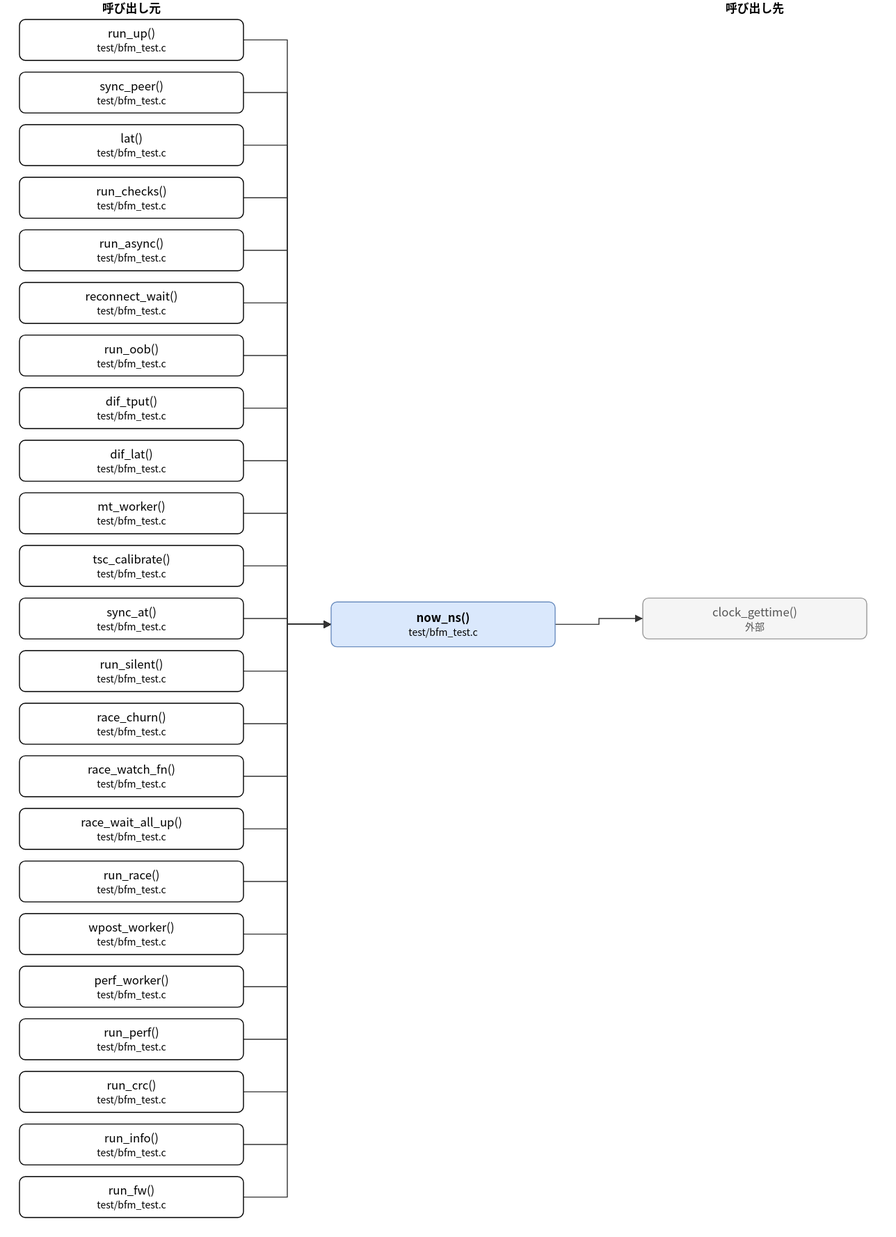
hf355051012-ai/bfmem keeps this draw.io diagram as doc/spec/images/call_test_bfm_test-now_ns.drawio.svg. Above is the earlier version. Source tidied: cells renumbered, new cells last; positions are measured from the earlier drawing's top-left corner, leaving out a move shared by most shapes.
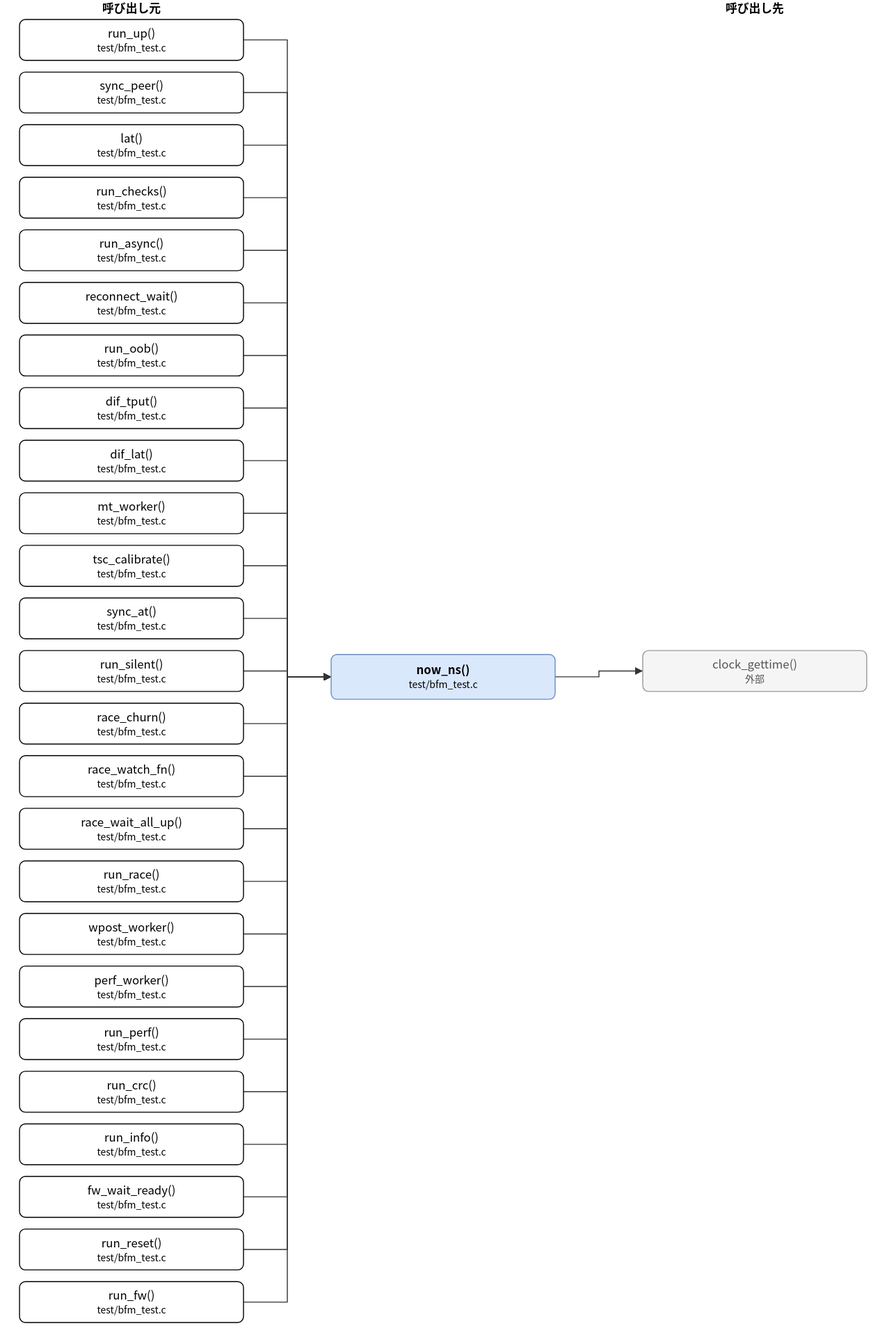
After the commit.

Change to the diagram source:
```diff
@@ -3,7 +3,7 @@
     <mxCell id="0" />
     <mxCell id="1" parent="0" />
     <mxCell id="2" value="now_ns()&lt;br&gt;&lt;font style=&quot;font-size:10px&quot;&gt;test/bfm_test.c&lt;/font&gt;" style="rounded=1;whiteSpace=wrap;html=1;fillColor=#dae8fc;strokeColor=#6c8ebf;fontStyle=1;" parent="1" vertex="1">
-      <mxGeometry x="320" y="618" width="230" height="46" as="geometry" />
+      <mxGeometry x="320" y="672" width="230" height="46" as="geometry" />
     </mxCell>
     <mxCell id="3" value="run_up()&lt;br&gt;&lt;font style=&quot;font-size:10px&quot;&gt;test/bfm_test.c&lt;/font&gt;" style="rounded=1;whiteSpace=wrap;html=1;" parent="1" vertex="1">
       <mxGeometry y="20" width="230" height="42" as="geometry" />
@@ -71,17 +71,23 @@
     <mxCell id="24" value="run_info()&lt;br&gt;&lt;font style=&quot;font-size:10px&quot;&gt;test/bfm_test.c&lt;/font&gt;" style="rounded=1;whiteSpace=wrap;html=1;" parent="1" vertex="1">
       <mxGeometry y="1154" width="230" height="42" as="geometry" />
     </mxCell>
-    <mxCell id="25" value="run_fw()&lt;br&gt;&lt;font style=&quot;font-size:10px&quot;&gt;test/bfm_test.c&lt;/font&gt;" style="rounded=1;whiteSpace=wrap;html=1;" parent="1" vertex="1">
+    <mxCell id="25" value="fw_wait_ready()&lt;br&gt;&lt;font style=&quot;font-size:10px&quot;&gt;test/bfm_test.c&lt;/font&gt;" style="rounded=1;whiteSpace=wrap;html=1;" parent="1" vertex="1">
       <mxGeometry y="1208" width="230" height="42" as="geometry" />
     </mxCell>
+    <mxCell id="53" value="run_reset()&lt;br&gt;&lt;font style=&quot;font-size:10px&quot;&gt;test/bfm_test.c&lt;/font&gt;" style="rounded=1;whiteSpace=wrap;html=1;" parent="1" vertex="1">
+      <mxGeometry y="1262" width="230" height="42" as="geometry" />
+    </mxCell>
+    <mxCell id="54" value="run_fw()&lt;br&gt;&lt;font style=&quot;font-size:10px&quot;&gt;test/bfm_test.c&lt;/font&gt;" style="rounded=1;whiteSpace=wrap;html=1;" parent="1" vertex="1">
+      <mxGeometry y="1316" width="230" height="42" as="geometry" />
+    </mxCell>
     <mxCell id="26" value="clock_gettime()&lt;br&gt;&lt;font style=&quot;font-size:10px&quot;&gt;外部&lt;/font&gt;" style="rounded=1;whiteSpace=wrap;html=1;fillColor=#f5f5f5;strokeColor=#999999;fontColor=#555555;" parent="1" vertex="1">
-      <mxGeometry x="640" y="614" width="230" height="42" as="geometry" />
+      <mxGeometry x="640" y="668" width="230" height="42" as="geometry" />
     </mxCell>
     <mxCell id="27" style="edgeStyle=none;html=1;rounded=0;endArrow=block;endFill=1;exitX=1.0000;exitY=0.5000;exitDx=0;exitDy=0;exitPerimeter=0;entryX=0.0000;entryY=0.5000;entryDx=0;entryDy=0;entryPerimeter=0;" parent="1" edge="1" source="3" target="2">
       <mxGeometry relative="1" as="geometry">
         <Array as="points">
           <mxPoint x="275" y="41" />
-          <mxPoint x="275" y="641" />
+          <mxPoint x="275" y="695" />
         </Array>
       </mxGeometry>
     </mxCell>
@@ -89,7 +95,7 @@
       <mxGeometry relative="1" as="geometry">
         <Array as="points">
           <mxPoint x="275" y="95" />
-          <mxPoint x="275" y="641" />
+          <mxPoint x="275" y="695" />
         </Array>
       </mxGeometry>
     </mxCell>
@@ -97,7 +103,7 @@
       <mxGeometry relative="1" as="geometry">
         <Array as="points">
           <mxPoint x="275" y="149" />
-          <mxPoint x="275" y="641" />
+          <mxPoint x="275" y="695" />
         </Array>
       </mxGeometry>
     </mxCell>
@@ -105,7 +111,7 @@
       <mxGeometry relative="1" as="geometry">
         <Array as="points">
           <mxPoint x="275" y="203" />
-          <mxPoint x="275" y="641" />
+          <mxPoint x="275" y="695" />
         </Array>
       </mxGeometry>
     </mxCell>
@@ -113,7 +119,7 @@
       <mxGeometry relative="1" as="geometry">
         <Array as="points">
           <mxPoint x="275" y="257" />
-          <mxPoint x="275" y="641" />
+          <mxPoint x="275" y="695" />
         </Array>
       </mxGeometry>
     </mxCell>
@@ -121,7 +127,7 @@
       <mxGeometry relative="1" as="geometry">
         <Array as="points">
           <mxPoint x="275" y="311" />
-          <mxPoint x="275" y="641" />
+          <mxPoint x="275" y="695" />
         </Array>
       </mxGeometry>
     </mxCell>
@@ -129,7 +135,7 @@
       <mxGeometry relative="1" as="geometry">
         <Array as="points">
           <mxPoint x="275" y="365" />
-          <mxPoint x="275" y="641" />
+          <mxPoint x="275" y="695" />
         </Array>
       </mxGeometry>
     </mxCell>
@@ -137,7 +143,7 @@
       <mxGeometry relative="1" as="geometry">
         <Array as="points">
           <mxPoint x="275" y="419" />
-          <mxPoint x="275" y="641" />
+          <mxPoint x="275" y="695" />
         </Array>
       </mxGeometry>
     </mxCell>
@@ -145,7 +151,7 @@
       <mxGeometry relative="1" as="geometry">
         <Array as="points">
           <mxPoint x="275" y="473" />
-          <mxPoint x="275" y="641" />
+          <mxPoint x="275" y="695" />
         </Array>
       </mxGeometry>
     </mxCell>
@@ -153,7 +159,7 @@
       <mxGeometry relative="1" as="geometry">
         <Array as="points">
           <mxPoint x="275" y="527" />
-          <mxPoint x="275" y="641" />
+          <mxPoint x="275" y="695" />
         </Array>
       </mxGeometry>
     </mxCell>
@@ -161,7 +167,7 @@
       <mxGeometry relative="1" as="geometry">
         <Array as="points">
           <mxPoint x="275" y="581" />
-          <mxPoint x="275" y="641" />
+          <mxPoint x="275" y="695" />
         </Array>
       </mxGeometry>
     </mxCell>
@@ -169,7 +175,7 @@
       <mxGeometry relative="1" as="geometry">
         <Array as="points">
           <mxPoint x="275" y="635" />
-          <mxPoint x="275" y="641" />
+          <mxPoint x="275" y="695" />
         </Array>
       </mxGeometry>
     </mxCell>
@@ -177,7 +183,7 @@
       <mxGeometry relative="1" as="geometry">
         <Array as="points">
           <mxPoint x="275" y="689" />
-          <mxPoint x="275" y="641" />
+          <mxPoint x="275" y="695" />
         </Array>
       </mxGeometry>
     </mxCell>
@@ -185,7 +191,7 @@
       <mxGeometry relative="1" as="geometry">
         <Array as="points">
           <mxPoint x="275" y="743" />
-          <mxPoint x="275" y="641" />
+          <mxPoint x="275" y="695" />
         </Array>
       </mxGeometry>
     </mxCell>
@@ -193,7 +199,7 @@
       <mxGeometry relative="1" as="geometry">
         <Array as="points">
           <mxPoint x="275" y="797" />
-          <mxPoint x="275" y="641" />
+          <mxPoint x="275" y="695" />
         </Array>
       </mxGeometry>
     </mxCell>
@@ -201,7 +207,7 @@
       <mxGeometry relative="1" as="geometry">
         <Array as="points">
           <mxPoint x="275" y="851" />
-          <mxPoint x="275" y="641" />
+          <mxPoint x="275" y="695" />
         </Array>
       </mxGeometry>
     </mxCell>
@@ -209,7 +215,7 @@
       <mxGeometry relative="1" as="geometry">
         <Array as="points">
           <mxPoint x="275" y="905" />
-          <mxPoint x="275" y="641" />
+          <mxPoint x="275" y="695" />
         </Array>
       </mxGeometry>
     </mxCell>
@@ -217,7 +223,7 @@
       <mxGeometry relative="1" as="geometry">
         <Array as="points">
           <mxPoint x="275" y="959" />
-          <mxPoint x="275" y="641" />
+          <mxPoint x="275" y="695" />
         </Array>
       </mxGeometry>
     </mxCell>
@@ -225,7 +231,7 @@
       <mxGeometry relative="1" as="geometry">
         <Array as="points">
           <mxPoint x="275" y="1013" />
-          <mxPoint x="275" y="641" />
+          <mxPoint x="275" y="695" />
         </Array>
       </mxGeometry>
     </mxCell>
@@ -233,7 +239,7 @@
       <mxGeometry relative="1" as="geometry">
         <Array as="points">
           <mxPoint x="275" y="1067" />
-          <mxPoint x="275" y="641" />
+          <mxPoint x="275" y="695" />
         </Array>
       </mxGeometry>
     </mxCell>
@@ -241,7 +247,7 @@
       <mxGeometry relative="1" as="geometry">
         <Array as="points">
           <mxPoint x="275" y="1121" />
-          <mxPoint x="275" y="641" />
+          <mxPoint x="275" y="695" />
         </Array>
       </mxGeometry>
     </mxCell>
@@ -249,7 +255,7 @@
       <mxGeometry relative="1" as="geometry">
         <Array as="points">
           <mxPoint x="275" y="1175" />
-          <mxPoint x="275" y="641" />
+          <mxPoint x="275" y="695" />
         </Array>
       </mxGeometry>
     </mxCell>
@@ -257,18 +263,34 @@
       <mxGeometry relative="1" as="geometry">
         <Array as="points">
           <mxPoint x="275" y="1229" />
-          <mxPoint x="275" y="641" />
+          <mxPoint x="275" y="695" />
         </Array>
       </mxGeometry>
     </mxCell>
-    <mxCell id="50" style="edgeStyle=none;html=1;rounded=0;endArrow=block;endFill=1;exitX=1.0000;exitY=0.5000;exitDx=0;exitDy=0;exitPerimeter=0;entryX=0.0000;entryY=0.5000;entryDx=0;entryDy=0;entryPerimeter=0;" parent="1" edge="1" source="2" target="26">
+    <mxCell id="50" style="edgeStyle=none;html=1;rounded=0;endArrow=block;endFill=1;exitX=1.0000;exitY=0.5000;exitDx=0;exitDy=0;exitPerimeter=0;entryX=0.0000;entryY=0.5000;entryDx=0;entryDy=0;entryPerimeter=0;" parent="1" edge="1" source="53" target="2">
       <mxGeometry relative="1" as="geometry">
         <Array as="points">
-          <mxPoint x="595" y="641" />
-          <mxPoint x="595" y="635" />
+          <mxPoint x="275" y="1283" />
+          <mxPoint x="275" y="695" />
         </Array>
       </mxGeometry>
     </mxCell>
+    <mxCell id="55" style="edgeStyle=none;html=1;rounded=0;endArrow=block;endFill=1;exitX=1.0000;exitY=0.5000;exitDx=0;exitDy=0;exitPerimeter=0;entryX=0.0000;entryY=0.5000;entryDx=0;entryDy=0;entryPerimeter=0;" parent="1" edge="1" source="54" target="2">
+      <mxGeometry relative="1" as="geometry">
+        <Array as="points">
+          <mxPoint x="275" y="1337" />
+          <mxPoint x="275" y="695" />
+        </Array>
+      </mxGeometry>
+    </mxCell>
+    <mxCell id="56" style="edgeStyle=none;html=1;rounded=0;endArrow=block;endFill=1;exitX=1.0000;exitY=0.5000;exitDx=0;exitDy=0;exitPerimeter=0;entryX=0.0000;entryY=0.5000;entryDx=0;entryDy=0;entryPerimeter=0;" parent="1" edge="1" source="2" target="26">
+      <mxGeometry relative="1" as="geometry">
+        <Array as="points">
+          <mxPoint x="595" y="695" />
+          <mxPoint x="595" y="689" />
+        </Array>
+      </mxGeometry>
+    </mxCell>
     <mxCell id="51" value="呼び出し元" style="text;html=1;align=center;fontStyle=1;" parent="1" vertex="1">
       <mxGeometry x="35" width="160" height="18" as="geometry" />
     </mxCell>
```
